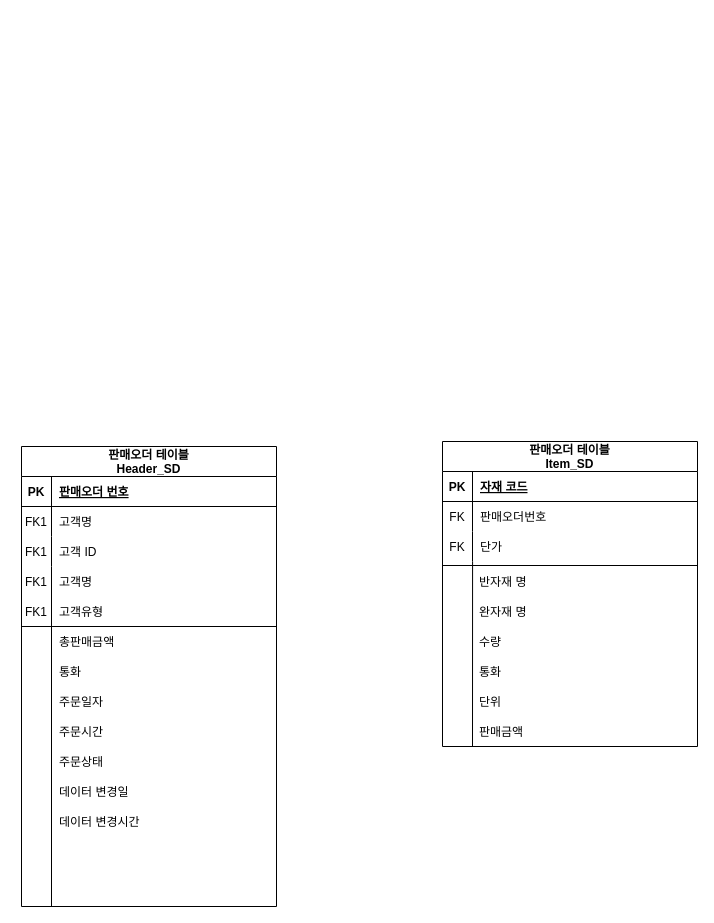
The draw.io diagram ERD.drawio in theboxx/haha, before the edit. Source tidied: cells renumbered, new cells numbered last; positions are measured from the earlier drawing's top-left corner, leaving out a move shared by most shapes. Both pictures are drawn from the tidied source at 100%, with x=0, y=0 at pixel (21, 441).
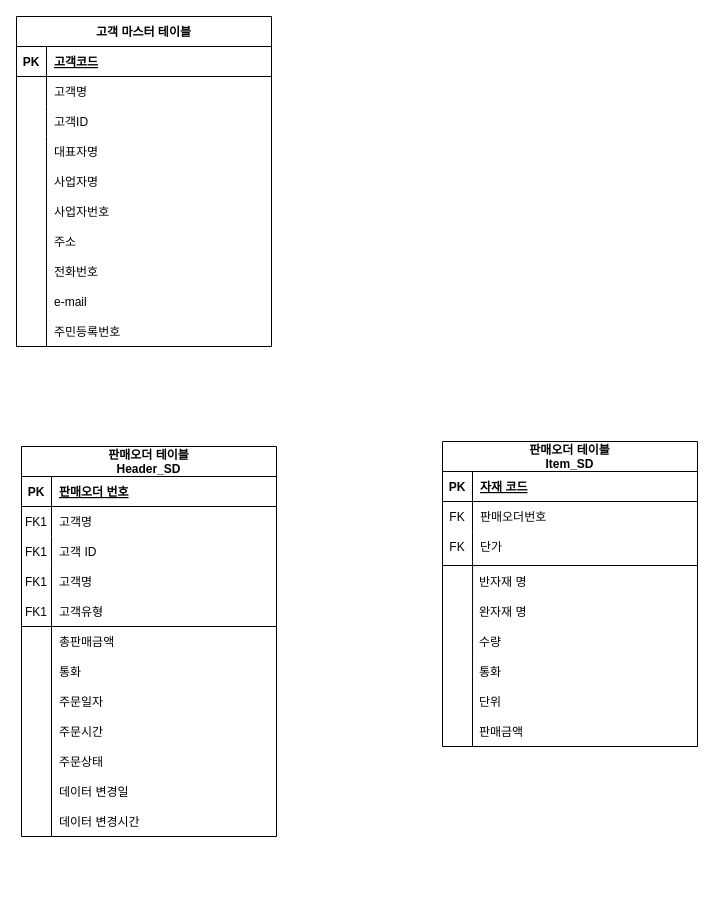
The same page after the edit.

The edit, as a diff of the source:
```diff
@@
     <mxCell id="2" value="판매오더 테이블&#10;Header_SD" style="shape=table;startSize=30;childLayout=tableLayout;rowLines=0;fontStyle=1;align=center;" parent="1" vertex="1">
-      <mxGeometry y="5" width="255" height="460" as="geometry" />
+      <mxGeometry y="5" width="255" height="390" as="geometry" />
     </mxCell>
@@
     <mxCell id="16" style="endArrow=none;html=1;rounded=0;" parent="1" edge="1">
       <mxGeometry relative="1" as="geometry">
-        <mxPoint x="30" y="465" as="sourcePoint" />
+        <mxPoint x="30" y="395" as="sourcePoint" />
         <mxPoint x="30" y="125" as="targetPoint" />
       </mxGeometry>
     </mxCell>
@@
+    <mxCell id="43" value="고객 마스터 테이블" style="shape=table;startSize=30;childLayout=tableLayout;rowLines=0;fontStyle=1;align=center;" parent="1" vertex="1">
+      <mxGeometry x="-5" y="-425" width="255" height="330" as="geometry" />
+    </mxCell>
+    <mxCell id="44" style="shape=partialRectangle;fillColor=none;top=0;left=0;right=0;bottom=1;" parent="43" vertex="1">
+      <mxGeometry y="30" width="255" height="30" as="geometry" />
+    </mxCell>
+    <mxCell id="45" value="PK" style="shape=partialRectangle;overflow=hidden;fillColor=none;top=0;left=0;bottom=0;right=0;fontStyle=1;" parent="44" vertex="1">
+      <mxGeometry width="30" height="30" as="geometry" />
+    </mxCell>
+    <mxCell id="46" value="고객코드" style="shape=partialRectangle;overflow=hidden;fillColor=none;top=0;left=0;bottom=0;right=0;align=left;spacingLeft=6;fontStyle=5;" parent="44" vertex="1">
+      <mxGeometry x="30" width="225" height="30" as="geometry" />
+    </mxCell>
+    <mxCell id="47" style="shape=partialRectangle;fillColor=none;top=0;left=0;right=0;bottom=0;" parent="43" vertex="1">
+      <mxGeometry y="60" width="255" height="30" as="geometry" />
+    </mxCell>
+    <mxCell id="48" style="shape=partialRectangle;overflow=hidden;fillColor=none;top=0;left=0;bottom=0;right=0;" parent="47" vertex="1">
+      <mxGeometry width="30" height="30" as="geometry" />
+    </mxCell>
+    <mxCell id="49" value="고객명" style="shape=partialRectangle;overflow=hidden;fillColor=none;top=0;left=0;bottom=0;right=0;align=left;spacingLeft=6;" parent="47" vertex="1">
+      <mxGeometry x="30" width="225" height="30" as="geometry" />
+    </mxCell>
+    <mxCell id="50" style="shape=partialRectangle;fillColor=none;top=0;left=0;right=0;bottom=0;" parent="43" vertex="1">
+      <mxGeometry y="90" width="255" height="30" as="geometry" />
+    </mxCell>
+    <mxCell id="51" style="shape=partialRectangle;overflow=hidden;fillColor=none;top=0;left=0;bottom=0;right=0;" parent="50" vertex="1">
+      <mxGeometry width="30" height="30" as="geometry" />
+    </mxCell>
+    <mxCell id="52" value="고객ID" style="shape=partialRectangle;overflow=hidden;fillColor=none;top=0;left=0;bottom=0;right=0;align=left;spacingLeft=6;" parent="50" vertex="1">
+      <mxGeometry x="30" width="225" height="30" as="geometry" />
+    </mxCell>
+    <mxCell id="53" value="대표자명" style="shape=partialRectangle;overflow=hidden;fillColor=none;top=0;left=0;bottom=0;right=0;align=left;spacingLeft=6;" parent="1" vertex="1">
+      <mxGeometry x="25" y="-305" width="220" height="30" as="geometry" />
+    </mxCell>
+    <mxCell id="54" value="사업자명" style="shape=partialRectangle;overflow=hidden;fillColor=none;top=0;left=0;bottom=0;right=0;align=left;spacingLeft=6;" parent="1" vertex="1">
+      <mxGeometry x="25" y="-275" width="220" height="30" as="geometry" />
+    </mxCell>
+    <mxCell id="55" style="endArrow=none;html=1;rounded=0;" parent="1" edge="1">
+      <mxGeometry relative="1" as="geometry">
+        <mxPoint x="25" y="-95" as="sourcePoint" />
+        <mxPoint x="25" y="-305" as="targetPoint" />
+      </mxGeometry>
+    </mxCell>
+    <mxCell id="56" value="사업자번호" style="shape=partialRectangle;overflow=hidden;fillColor=none;top=0;left=0;bottom=0;right=0;align=left;spacingLeft=6;" parent="1" vertex="1">
+      <mxGeometry x="25" y="-245" width="220" height="30" as="geometry" />
+    </mxCell>
+    <mxCell id="57" value="주소" style="shape=partialRectangle;overflow=hidden;fillColor=none;top=0;left=0;bottom=0;right=0;align=left;spacingLeft=6;" parent="1" vertex="1">
+      <mxGeometry x="25" y="-215" width="220" height="30" as="geometry" />
+    </mxCell>
+    <mxCell id="58" value="전화번호" style="shape=partialRectangle;overflow=hidden;fillColor=none;top=0;left=0;bottom=0;right=0;align=left;spacingLeft=6;" parent="1" vertex="1">
+      <mxGeometry x="25" y="-185" width="220" height="30" as="geometry" />
+    </mxCell>
+    <mxCell id="59" value="e-mail" style="shape=partialRectangle;overflow=hidden;fillColor=none;top=0;left=0;bottom=0;right=0;align=left;spacingLeft=6;" parent="1" vertex="1">
+      <mxGeometry x="25" y="-155" width="220" height="30" as="geometry" />
+    </mxCell>
+    <mxCell id="60" value="주민등록번호" style="shape=partialRectangle;overflow=hidden;fillColor=none;top=0;left=0;bottom=0;right=0;align=left;spacingLeft=6;" parent="1" vertex="1">
+      <mxGeometry x="25" y="-125" width="220" height="30" as="geometry" />
+    </mxCell>
```
